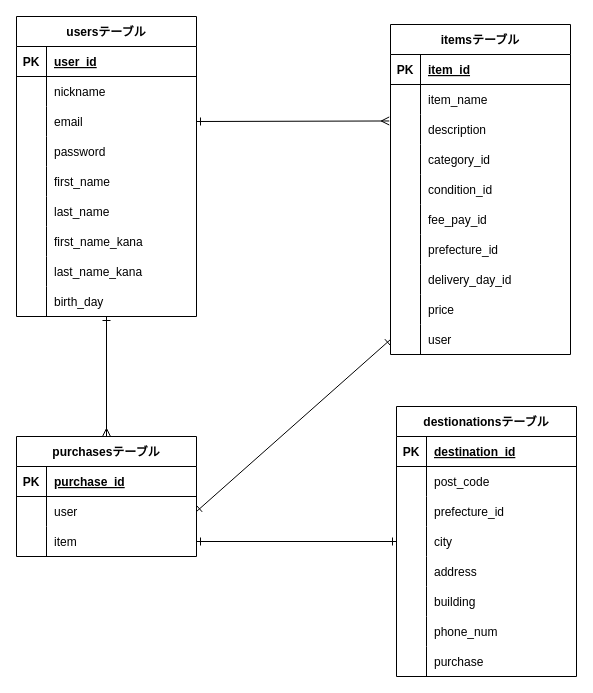
The draw.io diagram furima-40111.dio in Izmy-I/furima-40111, before the edit. Source tidied: cells renumbered, new cells numbered last; positions are measured from the earlier drawing's top-left corner, leaving out a move shared by most shapes. Both pictures are drawn from the tidied source at 100%, with x=0, y=0 at pixel (16, 16).
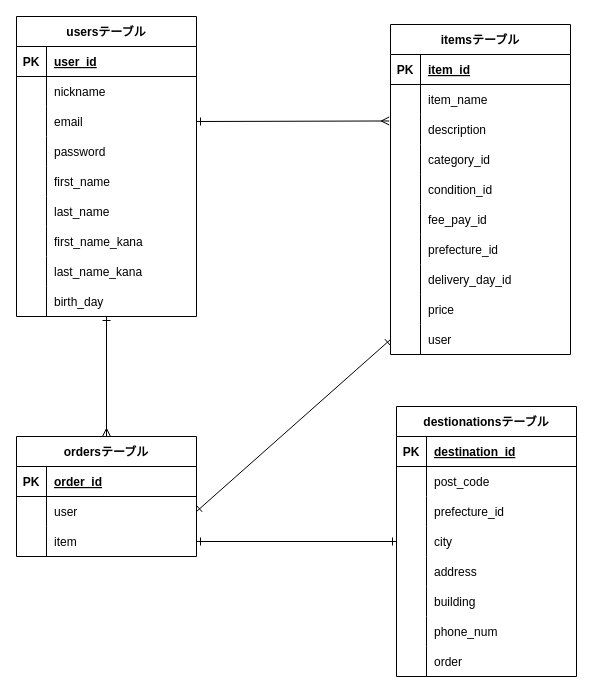
Above is the later version.

The change refers to these unchanged cells:
```xml
<mxCell id="63" style="shape=tableRow;horizontal=0;startSize=0;swimlaneHead=0;swimlaneBody=0;fillColor=none;top=0;left=0;right=0;bottom=1;" parent="62" vertex="1">
  <mxGeometry y="30" width="180" height="30" as="geometry" />
</mxCell>
<mxCell id="94" style="shape=tableRow;horizontal=0;startSize=0;swimlaneHead=0;swimlaneBody=0;fillColor=none;top=0;left=0;right=0;bottom=0;" parent="72" vertex="1">
  <mxGeometry y="240" width="180" height="30" as="geometry" />
</mxCell>
```

Diff of the diagram source:
```diff
@@
-    <mxCell id="62" value="purchasesテーブル" style="shape=table;startSize=30;childLayout=tableLayout;rowLines=0;fontStyle=1;align=center;" parent="1" vertex="1">
+    <mxCell id="62" value="ordersテーブル" style="shape=table;startSize=30;childLayout=tableLayout;rowLines=0;fontStyle=1;align=center;" parent="1" vertex="1">
       <mxGeometry y="420" width="180" height="120" as="geometry" />
     </mxCell>
@@
-    <mxCell id="65" value="purchase_id" style="shape=partialRectangle;fillColor=none;top=0;left=0;bottom=0;right=0;align=left;spacingLeft=6;fontStyle=5;overflow=hidden;" parent="63" vertex="1">
+    <mxCell id="65" value="order_id" style="shape=partialRectangle;fillColor=none;top=0;left=0;bottom=0;right=0;align=left;spacingLeft=6;fontStyle=5;overflow=hidden;" parent="63" vertex="1">
       <mxGeometry x="30" width="150" height="30" as="geometry" />
     </mxCell>
@@
-    <mxCell id="96" value="purchase" style="shape=partialRectangle;fillColor=none;top=0;left=0;bottom=0;right=0;align=left;spacingLeft=6;overflow=hidden;" parent="94" vertex="1">
+    <mxCell id="96" value="order" style="shape=partialRectangle;fillColor=none;top=0;left=0;bottom=0;right=0;align=left;spacingLeft=6;overflow=hidden;" parent="94" vertex="1">
       <mxGeometry x="30" width="150" height="30" as="geometry" />
     </mxCell>
```
